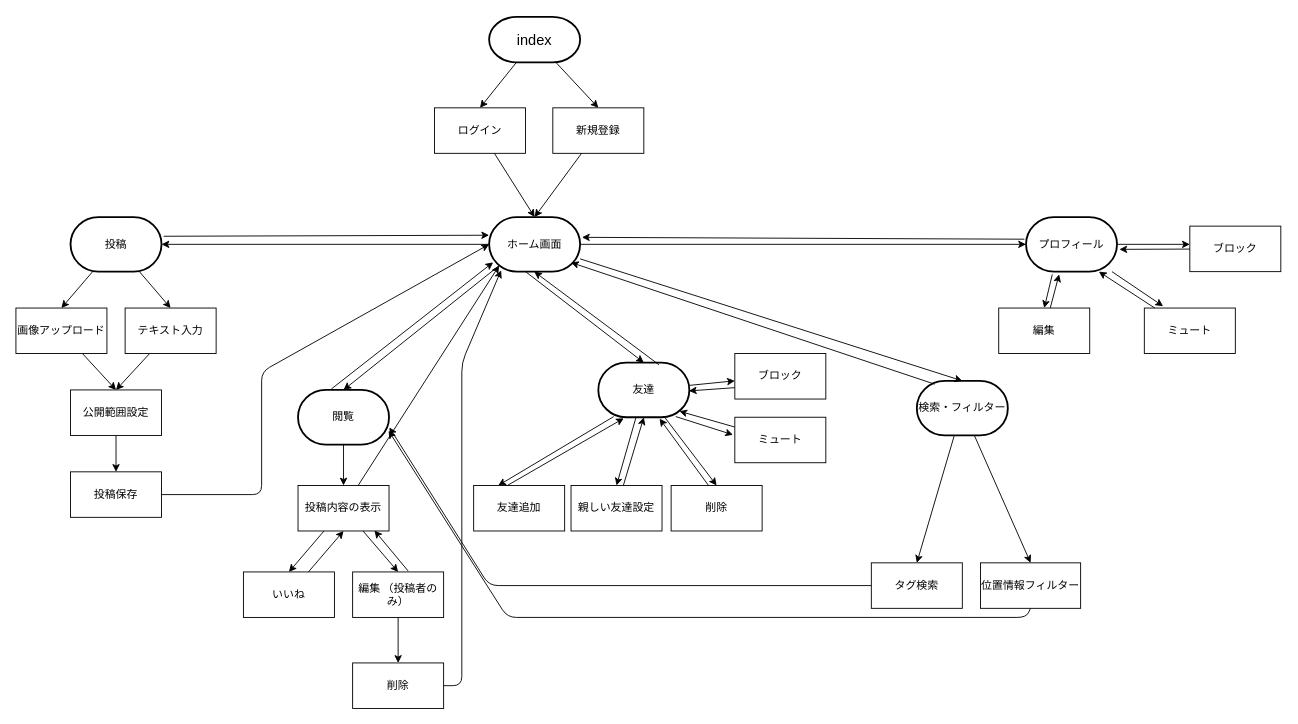
Before: 仕様書/flow.drawio in k-hasegawa1001/challecara2025, a draw.io diagram. Source tidied: cells renumbered, new cells numbered last; positions are measured from the earlier drawing's top-left corner, leaving out a move shared by most shapes. Both pictures are drawn from the tidied source at 91%, with x=0, y=0 at pixel (15, 16).
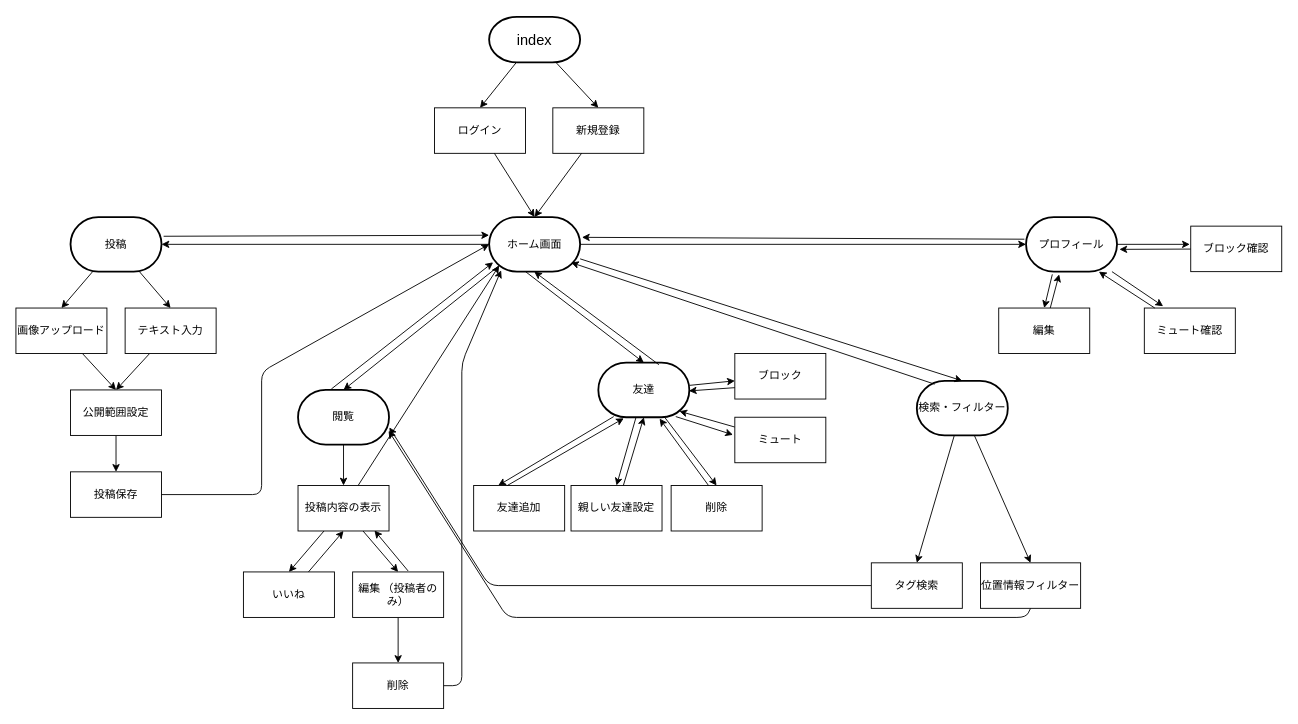
After the change.

Commit message:
(長谷川) フローチャート - 軽微な修正

The edit, as a diff of the source:
```diff
@@
-    <mxCell id="68" value="ミュート" style="html=1;dashed=0;whiteSpace=wrap;" parent="1" vertex="1">
+    <mxCell id="68" value="ミュート確認" style="html=1;dashed=0;whiteSpace=wrap;" parent="1" vertex="1">
       <mxGeometry x="1240" y="320" width="100" height="50" as="geometry" />
     </mxCell>
-    <mxCell id="69" value="ブロック" style="html=1;dashed=0;whiteSpace=wrap;" parent="1" vertex="1">
-      <mxGeometry x="1290" y="230" width="100" height="50" as="geometry" />
+    <mxCell id="69" value="ブロック確認" style="html=1;dashed=0;whiteSpace=wrap;" parent="1" vertex="1">
+      <mxGeometry x="1291" y="230" width="100" height="50" as="geometry" />
     </mxCell>
```
